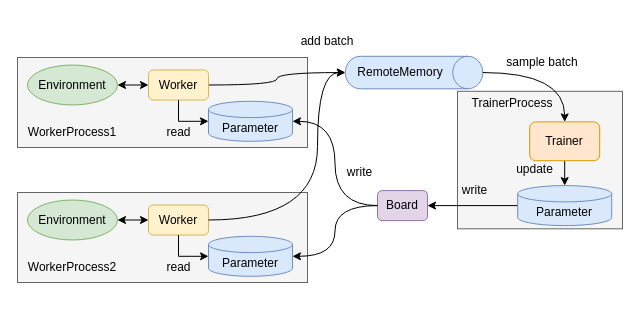
Above: page "distributed" (2 of 3) of diagrams/overview.drawio in pocokhc/simple_distributed_rl (draw.io), before the change. Source tidied: cells renumbered, new cells numbered last; positions are measured from the earlier drawing's top-left corner, leaving out a move shared by most shapes. Both pictures are drawn from the tidied source at 100%, with x=0, y=0 at pixel (17, 3).
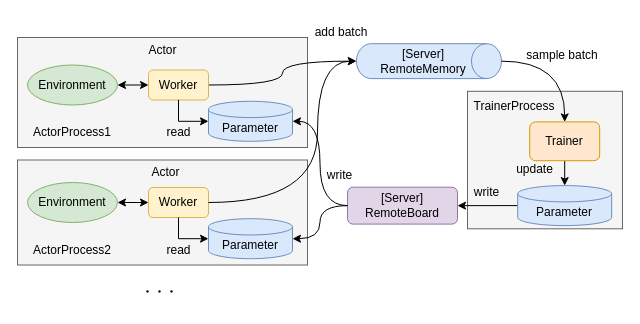
The same page after the edit.

Diff of the diagram source:
```diff
@@
     <mxCell id="2" style="rounded=0;whiteSpace=wrap;html=1;fillColor=#f5f5f5;fontColor=#333333;strokeColor=#666666;" parent="1" vertex="1">
-      <mxGeometry x="440" y="87.8" width="165" height="137.5" as="geometry" />
+      <mxGeometry x="450" y="87.8" width="155" height="137.5" as="geometry" />
     </mxCell>
     <mxCell id="3" style="rounded=0;whiteSpace=wrap;html=1;fillColor=#f5f5f5;fontColor=#333333;strokeColor=#666666;" parent="1" vertex="1">
-      <mxGeometry y="54" width="290" height="90" as="geometry" />
+      <mxGeometry y="34" width="290" height="110" as="geometry" />
     </mxCell>
@@
     <mxCell id="10" style="group;" parent="1" vertex="1">
-      <mxGeometry x="327.8" y="52.8" width="137.5" height="32.5" as="geometry" />
+      <mxGeometry x="360" y="34" width="105" height="135.1" as="geometry" />
     </mxCell>
     <mxCell id="11" style="shape=cylinder3;whiteSpace=wrap;html=1;boundedLbl=1;backgroundOutline=1;size=15;rotation=90;fillColor=#dae8fc;strokeColor=#6c8ebf;" parent="10" vertex="1">
-      <mxGeometry x="52.5" y="-52.5" width="32.5" height="137.5" as="geometry" />
+      <mxGeometry x="34" y="-48.9" width="34.9" height="145.1" as="geometry" />
     </mxCell>
-    <mxCell id="12" value="RemoteMemory" style="text;html=1;strokeColor=none;fillColor=none;align=center;verticalAlign=middle;whiteSpace=wrap;rounded=0;" parent="10" vertex="1">
-      <mxGeometry x="25" y="1.2" width="60" height="30" as="geometry" />
+    <mxCell id="12" value="[Server]&lt;br&gt;RemoteMemory" style="text;html=1;strokeColor=none;fillColor=none;align=center;verticalAlign=middle;whiteSpace=wrap;rounded=0;" parent="10" vertex="1">
+      <mxGeometry x="23.1" y="-2.8" width="45.8" height="53.1" as="geometry" />
     </mxCell>
@@
     <mxCell id="14" value="sample batch" style="text;html=1;strokeColor=none;fillColor=none;align=center;verticalAlign=middle;whiteSpace=wrap;rounded=0;" parent="1" vertex="1">
-      <mxGeometry x="480" y="44" width="90" height="30" as="geometry" />
+      <mxGeometry x="500.2" y="36.5" width="90" height="30" as="geometry" />
     </mxCell>
@@
-    <mxCell id="18" value="Board" style="rounded=1;whiteSpace=wrap;html=1;fillColor=#e1d5e7;strokeColor=#9673a6;" parent="1" vertex="1">
-      <mxGeometry x="360" y="187.1" width="50" height="30" as="geometry" />
+    <mxCell id="18" value="[Server]&lt;br&gt;RemoteBoard" style="rounded=1;whiteSpace=wrap;html=1;fillColor=#e1d5e7;strokeColor=#9673a6;" parent="1" vertex="1">
+      <mxGeometry x="330" y="183.7" width="110" height="36.9" as="geometry" />
     </mxCell>
     <mxCell id="19" value="write" style="text;html=1;strokeColor=none;fillColor=none;align=center;verticalAlign=middle;whiteSpace=wrap;rounded=0;" parent="1" vertex="1">
-      <mxGeometry x="415.2" y="171.5" width="85" height="30" as="geometry" />
+      <mxGeometry x="427.2" y="174" width="85" height="30" as="geometry" />
     </mxCell>
     <mxCell id="20" value="write" style="text;html=1;strokeColor=none;fillColor=none;align=center;verticalAlign=middle;whiteSpace=wrap;rounded=0;" parent="1" vertex="1">
-      <mxGeometry x="300" y="154" width="85" height="30" as="geometry" />
+      <mxGeometry x="280" y="157.1" width="85" height="30" as="geometry" />
     </mxCell>
     <mxCell id="21" value="TrainerProcess&lt;br&gt;" style="text;html=1;strokeColor=none;fillColor=none;align=center;verticalAlign=middle;whiteSpace=wrap;rounded=0;" parent="1" vertex="1">
-      <mxGeometry x="465" y="85.2" width="60" height="30" as="geometry" />
+      <mxGeometry x="467" y="88.4" width="60" height="30" as="geometry" />
     </mxCell>
@@
     <mxCell id="24" style="rounded=0;whiteSpace=wrap;html=1;fillColor=#f5f5f5;fontColor=#333333;strokeColor=#666666;" parent="1" vertex="1">
-      <mxGeometry y="189" width="290" height="90" as="geometry" />
+      <mxGeometry y="156.5" width="290" height="105" as="geometry" />
     </mxCell>
@@
     <mxCell id="26" value="Environment" style="ellipse;whiteSpace=wrap;html=1;fillColor=#d5e8d4;strokeColor=#82b366;" parent="1" vertex="1">
-      <mxGeometry x="10" y="196.5" width="90" height="40" as="geometry" />
+      <mxGeometry x="10" y="179" width="90" height="40" as="geometry" />
     </mxCell>
     <mxCell id="27" value="Worker" style="rounded=1;whiteSpace=wrap;html=1;fillColor=#fff2cc;strokeColor=#d6b656;" parent="1" vertex="1">
-      <mxGeometry x="131" y="201.5" width="60" height="30" as="geometry" />
+      <mxGeometry x="131" y="184" width="60" height="30" as="geometry" />
     </mxCell>
     <mxCell id="28" value="add batch" style="text;html=1;strokeColor=none;fillColor=none;align=center;verticalAlign=middle;whiteSpace=wrap;rounded=0;" parent="1" vertex="1">
-      <mxGeometry x="280" y="22.8" width="60" height="30" as="geometry" />
+      <mxGeometry x="294" y="14" width="60" height="30" as="geometry" />
     </mxCell>
-    <mxCell id="29" value="WorkerProcess2" style="text;html=1;strokeColor=none;fillColor=none;align=center;verticalAlign=middle;whiteSpace=wrap;rounded=0;" parent="1" vertex="1">
-      <mxGeometry x="25" y="249" width="60" height="30" as="geometry" />
+    <mxCell id="29" value="ActorProcess2" style="text;html=1;strokeColor=none;fillColor=none;align=center;verticalAlign=middle;whiteSpace=wrap;rounded=0;" parent="1" vertex="1">
+      <mxGeometry x="25" y="231.5" width="60" height="30" as="geometry" />
     </mxCell>
@@
     <mxCell id="31" value="Parameter" style="shape=cylinder3;whiteSpace=wrap;html=1;boundedLbl=1;backgroundOutline=1;size=8.142857142857167;fillColor=#dae8fc;strokeColor=#6c8ebf;" parent="1" vertex="1">
-      <mxGeometry x="191" y="232.8" width="84" height="40" as="geometry" />
+      <mxGeometry x="191" y="215.2" width="84" height="40" as="geometry" />
     </mxCell>
@@
     <mxCell id="34" style="edgeStyle=orthogonalEdgeStyle;curved=1;rounded=0;jettySize=auto;html=1;exitX=1;exitY=0.5;exitDx=0;exitDy=0;entryX=0.5;entryY=1;entryDx=0;entryDy=0;entryPerimeter=0;" parent="1" edge="1" source="27" target="11">
       <mxGeometry relative="1" as="geometry">
         <Array as="points">
-          <mxPoint x="300" y="216" />
-          <mxPoint x="300" y="69" />
+          <mxPoint x="300" y="199" />
+          <mxPoint x="300" y="58" />
         </Array>
       </mxGeometry>
     </mxCell>
-    <mxCell id="35" value="WorkerProcess1" style="text;html=1;strokeColor=none;fillColor=none;align=center;verticalAlign=middle;whiteSpace=wrap;rounded=0;" parent="1" vertex="1">
+    <mxCell id="35" value="ActorProcess1" style="text;html=1;strokeColor=none;fillColor=none;align=center;verticalAlign=middle;whiteSpace=wrap;rounded=0;" parent="1" vertex="1">
       <mxGeometry x="25" y="114" width="60" height="30" as="geometry" />
     </mxCell>
@@
     <mxCell id="37" value="read" style="text;html=1;strokeColor=none;fillColor=none;align=center;verticalAlign=middle;whiteSpace=wrap;rounded=0;" parent="1" vertex="1">
-      <mxGeometry x="118.5" y="249" width="85" height="30" as="geometry" />
+      <mxGeometry x="118.5" y="231.5" width="85" height="30" as="geometry" />
     </mxCell>
+    <mxCell id="38" value="Actor" style="text;html=1;strokeColor=none;fillColor=none;align=center;verticalAlign=middle;whiteSpace=wrap;rounded=0;" parent="1" vertex="1">
+      <mxGeometry x="106" y="154" width="85" height="30" as="geometry" />
+    </mxCell>
+    <mxCell id="39" value="Actor" style="text;html=1;strokeColor=none;fillColor=none;align=center;verticalAlign=middle;whiteSpace=wrap;rounded=0;" parent="1" vertex="1">
+      <mxGeometry x="102.5" y="31.5" width="85" height="30" as="geometry" />
+    </mxCell>
+    <mxCell id="40" value="・・・" style="text;html=1;strokeColor=none;fillColor=none;align=center;verticalAlign=middle;whiteSpace=wrap;rounded=0;" parent="1" vertex="1">
+      <mxGeometry x="100" y="274" width="85" height="30" as="geometry" />
+    </mxCell>
```
